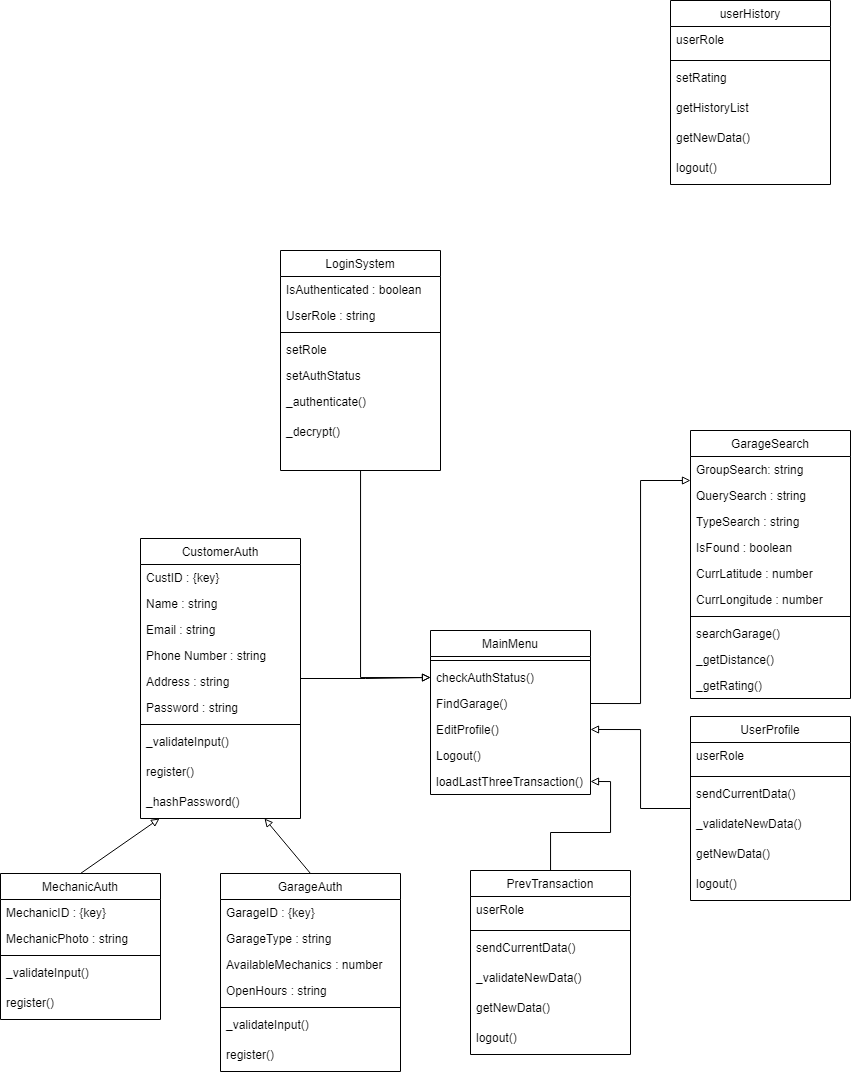
felixfilipi/E-Monteer keeps this draw.io diagram as Systems/ClassDiagram.drawio.png. Above is the earlier version. Source tidied: cells renumbered, new cells last; positions are measured from the earlier drawing's top-left corner, leaving out a move shared by most shapes.
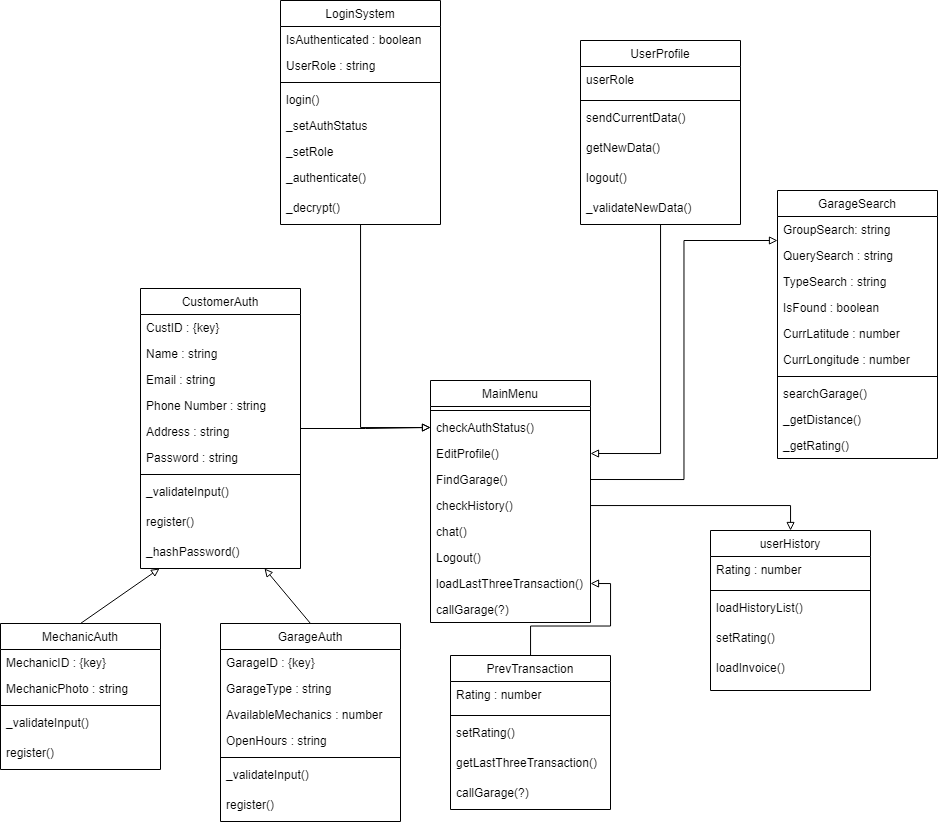
After the commit.

Diff of the diagram source:
```diff
@@ -84,7 +84,7 @@
       <mxGeometry relative="1" as="geometry" />
     </mxCell>
     <mxCell id="29" value="LoginSystem" style="swimlane;fontStyle=0;align=center;verticalAlign=top;horizontal=1;startSize=26;rounded=0;shadow=0;strokeWidth=1;" parent="1" vertex="1">
-      <mxGeometry x="280" y="250" width="160" height="220" as="geometry" />
+      <mxGeometry x="280" y="250" width="160" height="224" as="geometry" />
     </mxCell>
     <mxCell id="30" value="IsAuthenticated : boolean" style="text;align=left;verticalAlign=top;spacingLeft=4;spacingRight=4;overflow=hidden;" parent="29" vertex="1">
       <mxGeometry y="26" width="160" height="26" as="geometry" />
@@ -95,17 +95,20 @@
     <mxCell id="32" style="line;html=1;strokeWidth=1;align=left;verticalAlign=middle;spacingTop=-1;spacingLeft=3;spacingRight=3;labelPosition=right;" parent="29" vertex="1">
       <mxGeometry y="78" width="160" height="8" as="geometry" />
     </mxCell>
+    <mxCell id="81" value="login()" style="text;align=left;verticalAlign=top;spacingLeft=4;spacingRight=4;overflow=hidden;" parent="29" vertex="1">
+      <mxGeometry y="86" width="160" height="26" as="geometry" />
+    </mxCell>
+    <mxCell id="34" value="_setAuthStatus" style="text;align=left;verticalAlign=top;spacingLeft=4;spacingRight=4;overflow=hidden;" parent="29" vertex="1">
+      <mxGeometry y="112" width="160" height="26" as="geometry" />
+    </mxCell>
-    <mxCell id="33" value="setRole" style="text;align=left;verticalAlign=top;spacingLeft=4;spacingRight=4;overflow=hidden;" parent="29" vertex="1">
-      <mxGeometry y="86" width="160" height="26" as="geometry" />
+    <mxCell id="33" value="_setRole" style="text;align=left;verticalAlign=top;spacingLeft=4;spacingRight=4;overflow=hidden;" parent="29" vertex="1">
+      <mxGeometry y="138" width="160" height="26" as="geometry" />
     </mxCell>
-    <mxCell id="34" value="setAuthStatus" style="text;align=left;verticalAlign=top;spacingLeft=4;spacingRight=4;overflow=hidden;" parent="29" vertex="1">
-      <mxGeometry y="112" width="160" height="26" as="geometry" />
-    </mxCell>
     <mxCell id="35" value="_authenticate()" style="text;align=left;verticalAlign=top;spacingLeft=4;spacingRight=4;overflow=hidden;" parent="29" vertex="1">
-      <mxGeometry y="138" width="160" height="30" as="geometry" />
+      <mxGeometry y="164" width="160" height="30" as="geometry" />
     </mxCell>
     <mxCell id="36" value="_decrypt()" style="text;align=left;verticalAlign=top;spacingLeft=4;spacingRight=4;overflow=hidden;" parent="29" vertex="1">
-      <mxGeometry y="168" width="160" height="30" as="geometry" />
+      <mxGeometry y="194" width="160" height="30" as="geometry" />
     </mxCell>
     <mxCell id="37" style="endArrow=block;html=1;rounded=0;exitX=0.5;exitY=0;exitDx=0;exitDy=0;entryX=0.119;entryY=1;entryDx=0;entryDy=0;entryPerimeter=0;endFill=0;" parent="1" edge="1" source="22" target="13">
       <mxGeometry relative="1" as="geometry" />
@@ -114,7 +117,7 @@
       <mxGeometry relative="1" as="geometry" />
     </mxCell>
     <mxCell id="39" value="GarageSearch" style="swimlane;fontStyle=0;align=center;verticalAlign=top;horizontal=1;startSize=26;rounded=0;shadow=0;strokeWidth=1;" parent="1" vertex="1">
-      <mxGeometry x="690" y="430" width="160" height="268" as="geometry" />
+      <mxGeometry x="777" y="440" width="160" height="268" as="geometry" />
     </mxCell>
     <mxCell id="40" value="GroupSearch: string" style="text;align=left;verticalAlign=top;spacingLeft=4;spacingRight=4;overflow=hidden;points=[[0,0.5],[1,0.5]];portConstraint=eastwest;" parent="39" vertex="1">
       <mxGeometry y="26" width="160" height="26" as="geometry" />
@@ -150,7 +153,7 @@
       <mxGeometry relative="1" as="geometry" />
     </mxCell>
     <mxCell id="51" value="UserProfile" style="swimlane;fontStyle=0;align=center;verticalAlign=top;horizontal=1;startSize=26;rounded=0;shadow=0;strokeWidth=1;" parent="1" vertex="1">
-      <mxGeometry x="690" y="716" width="160" height="184" as="geometry" />
+      <mxGeometry x="580" y="290" width="160" height="184" as="geometry" />
     </mxCell>
     <mxCell id="52" value="userRole" style="text;align=left;verticalAlign=top;spacingLeft=4;spacingRight=4;overflow=hidden;" parent="51" vertex="1">
       <mxGeometry y="26" width="160" height="30" as="geometry" />
@@ -161,17 +164,17 @@
     <mxCell id="54" value="sendCurrentData()" style="text;align=left;verticalAlign=top;spacingLeft=4;spacingRight=4;overflow=hidden;" parent="51" vertex="1">
       <mxGeometry y="64" width="160" height="30" as="geometry" />
     </mxCell>
-    <mxCell id="55" value="_validateNewData()" style="text;align=left;verticalAlign=top;spacingLeft=4;spacingRight=4;overflow=hidden;" parent="51" vertex="1">
-      <mxGeometry y="94" width="160" height="30" as="geometry" />
-    </mxCell>
     <mxCell id="56" value="getNewData()" style="text;align=left;verticalAlign=top;spacingLeft=4;spacingRight=4;overflow=hidden;" parent="51" vertex="1">
-      <mxGeometry y="124" width="160" height="30" as="geometry" />
+      <mxGeometry y="94" width="160" height="30" as="geometry" />
     </mxCell>
     <mxCell id="57" value="logout()" style="text;align=left;verticalAlign=top;spacingLeft=4;spacingRight=4;overflow=hidden;" parent="51" vertex="1">
-      <mxGeometry y="154" width="160" height="30" as="geometry" />
+      <mxGeometry y="124" width="160" height="30" as="geometry" />
     </mxCell>
+    <mxCell id="55" value="_validateNewData()" style="text;align=left;verticalAlign=top;spacingLeft=4;spacingRight=4;overflow=hidden;" parent="51" vertex="1">
+      <mxGeometry y="154" width="160" height="30" as="geometry" />
+    </mxCell>
     <mxCell id="58" value="MainMenu" style="swimlane;fontStyle=0;align=center;verticalAlign=top;horizontal=1;startSize=26;rounded=0;shadow=0;strokeWidth=1;" parent="1" vertex="1">
-      <mxGeometry x="430" y="630" width="160" height="164" as="geometry" />
+      <mxGeometry x="430" y="630" width="160" height="242" as="geometry" />
     </mxCell>
     <mxCell id="59" style="line;html=1;strokeWidth=1;align=left;verticalAlign=middle;spacingTop=-1;spacingLeft=3;spacingRight=3;labelPosition=right;" parent="58" vertex="1">
       <mxGeometry y="26" width="160" height="8" as="geometry" />
@@ -179,65 +182,71 @@
     <mxCell id="60" value="checkAuthStatus()" style="text;align=left;verticalAlign=top;spacingLeft=4;spacingRight=4;overflow=hidden;points=[[0,0.5],[1,0.5]];portConstraint=eastwest;" parent="58" vertex="1">
       <mxGeometry y="34" width="160" height="26" as="geometry" />
     </mxCell>
+    <mxCell id="62" value="EditProfile()" style="text;align=left;verticalAlign=top;spacingLeft=4;spacingRight=4;overflow=hidden;points=[[0,0.5],[1,0.5]];portConstraint=eastwest;" parent="58" vertex="1">
+      <mxGeometry y="60" width="160" height="26" as="geometry" />
+    </mxCell>
     <mxCell id="61" value="FindGarage()" style="text;align=left;verticalAlign=top;spacingLeft=4;spacingRight=4;overflow=hidden;points=[[0,0.5],[1,0.5]];portConstraint=eastwest;" parent="58" vertex="1">
-      <mxGeometry y="60" width="160" height="26" as="geometry" />
+      <mxGeometry y="86" width="160" height="26" as="geometry" />
     </mxCell>
-    <mxCell id="62" value="EditProfile()" style="text;align=left;verticalAlign=top;spacingLeft=4;spacingRight=4;overflow=hidden;points=[[0,0.5],[1,0.5]];portConstraint=eastwest;" parent="58" vertex="1">
-      <mxGeometry y="86" width="160" height="26" as="geometry" />
-    </mxCell>
+    <mxCell id="82" value="checkHistory()" style="text;align=left;verticalAlign=top;spacingLeft=4;spacingRight=4;overflow=hidden;points=[[0,0.5],[1,0.5]];portConstraint=eastwest;" parent="58" vertex="1">
+      <mxGeometry y="112" width="160" height="26" as="geometry" />
+    </mxCell>
+    <mxCell id="83" value="chat()" style="text;align=left;verticalAlign=top;spacingLeft=4;spacingRight=4;overflow=hidden;" parent="58" vertex="1">
+      <mxGeometry y="138" width="160" height="26" as="geometry" />
+    </mxCell>
     <mxCell id="63" value="Logout()" style="text;align=left;verticalAlign=top;spacingLeft=4;spacingRight=4;overflow=hidden;" parent="58" vertex="1">
-      <mxGeometry y="112" width="160" height="26" as="geometry" />
+      <mxGeometry y="164" width="160" height="26" as="geometry" />
     </mxCell>
     <mxCell id="64" value="loadLastThreeTransaction()" style="text;align=left;verticalAlign=top;spacingLeft=4;spacingRight=4;overflow=hidden;points=[[0,0.5],[1,0.5]];portConstraint=eastwest;" parent="58" vertex="1">
-      <mxGeometry y="138" width="160" height="26" as="geometry" />
+      <mxGeometry y="190" width="160" height="26" as="geometry" />
     </mxCell>
+    <mxCell id="84" value="callGarage(?)" style="text;align=left;verticalAlign=top;spacingLeft=4;spacingRight=4;overflow=hidden;" parent="58" vertex="1">
+      <mxGeometry y="216" width="160" height="26" as="geometry" />
+    </mxCell>
     <mxCell id="65" style="edgeStyle=orthogonalEdgeStyle;rounded=0;jettySize=auto;html=1;entryX=0;entryY=0.923;entryDx=0;entryDy=0;entryPerimeter=0;endArrow=block;endFill=0;exitX=1;exitY=0.5;exitDx=0;exitDy=0;" parent="1" edge="1" source="61" target="40">
       <mxGeometry relative="1" as="geometry" />
     </mxCell>
     <mxCell id="66" value="userHistory" style="swimlane;fontStyle=0;align=center;verticalAlign=top;horizontal=1;startSize=26;rounded=0;shadow=0;strokeWidth=1;" parent="1" vertex="1">
-      <mxGeometry x="670" width="160" height="184" as="geometry" />
+      <mxGeometry x="710" y="780" width="160" height="160" as="geometry" />
     </mxCell>
-    <mxCell id="67" value="userRole" style="text;align=left;verticalAlign=top;spacingLeft=4;spacingRight=4;overflow=hidden;" parent="66" vertex="1">
-      <mxGeometry y="26" width="160" height="30" as="geometry" />
-    </mxCell>
+    <mxCell id="85" value="Rating : number" style="text;align=left;verticalAlign=top;spacingLeft=4;spacingRight=4;overflow=hidden;" parent="66" vertex="1">
+      <mxGeometry y="26" width="160" height="30" as="geometry" />
+    </mxCell>
     <mxCell id="68" style="line;html=1;strokeWidth=1;align=left;verticalAlign=middle;spacingTop=-1;spacingLeft=3;spacingRight=3;labelPosition=right;" parent="66" vertex="1">
       <mxGeometry y="56" width="160" height="8" as="geometry" />
     </mxCell>
-    <mxCell id="69" value="setRating" style="text;align=left;verticalAlign=top;spacingLeft=4;spacingRight=4;overflow=hidden;" parent="66" vertex="1">
+    <mxCell id="69" value="loadHistoryList()" style="text;align=left;verticalAlign=top;spacingLeft=4;spacingRight=4;overflow=hidden;" parent="66" vertex="1">
       <mxGeometry y="64" width="160" height="30" as="geometry" />
     </mxCell>
-    <mxCell id="70" value="getHistoryList" style="text;align=left;verticalAlign=top;spacingLeft=4;spacingRight=4;overflow=hidden;" parent="66" vertex="1">
-      <mxGeometry y="94" width="160" height="30" as="geometry" />
-    </mxCell>
-    <mxCell id="71" value="getNewData()" style="text;align=left;verticalAlign=top;spacingLeft=4;spacingRight=4;overflow=hidden;" parent="66" vertex="1">
-      <mxGeometry y="124" width="160" height="30" as="geometry" />
-    </mxCell>
-    <mxCell id="72" value="logout()" style="text;align=left;verticalAlign=top;spacingLeft=4;spacingRight=4;overflow=hidden;" parent="66" vertex="1">
-      <mxGeometry y="154" width="160" height="30" as="geometry" />
-    </mxCell>
+    <mxCell id="86" value="setRating()" style="text;align=left;verticalAlign=top;spacingLeft=4;spacingRight=4;overflow=hidden;" parent="66" vertex="1">
+      <mxGeometry y="94" width="160" height="30" as="geometry" />
+    </mxCell>
+    <mxCell id="87" value="loadInvoice()" style="text;align=left;verticalAlign=top;spacingLeft=4;spacingRight=4;overflow=hidden;" parent="66" vertex="1">
+      <mxGeometry y="124" width="160" height="30" as="geometry" />
+    </mxCell>
     <mxCell id="73" style="edgeStyle=orthogonalEdgeStyle;rounded=0;jettySize=auto;html=1;entryX=1;entryY=0.5;entryDx=0;entryDy=0;endArrow=block;endFill=0;" parent="1" edge="1" source="74" target="64">
       <mxGeometry relative="1" as="geometry" />
     </mxCell>
     <mxCell id="74" value="PrevTransaction" style="swimlane;fontStyle=0;align=center;verticalAlign=top;horizontal=1;startSize=26;rounded=0;shadow=0;strokeWidth=1;" parent="1" vertex="1">
-      <mxGeometry x="470" y="870" width="160" height="184" as="geometry" />
+      <mxGeometry x="450" y="905" width="160" height="154" as="geometry" />
     </mxCell>
-    <mxCell id="75" value="userRole" style="text;align=left;verticalAlign=top;spacingLeft=4;spacingRight=4;overflow=hidden;" parent="74" vertex="1">
+    <mxCell id="75" value="Rating : number" style="text;align=left;verticalAlign=top;spacingLeft=4;spacingRight=4;overflow=hidden;" parent="74" vertex="1">
       <mxGeometry y="26" width="160" height="30" as="geometry" />
     </mxCell>
     <mxCell id="76" style="line;html=1;strokeWidth=1;align=left;verticalAlign=middle;spacingTop=-1;spacingLeft=3;spacingRight=3;labelPosition=right;" parent="74" vertex="1">
       <mxGeometry y="56" width="160" height="8" as="geometry" />
     </mxCell>
-    <mxCell id="77" value="sendCurrentData()" style="text;align=left;verticalAlign=top;spacingLeft=4;spacingRight=4;overflow=hidden;" parent="74" vertex="1">
+    <mxCell id="77" value="setRating()" style="text;align=left;verticalAlign=top;spacingLeft=4;spacingRight=4;overflow=hidden;" parent="74" vertex="1">
       <mxGeometry y="64" width="160" height="30" as="geometry" />
     </mxCell>
-    <mxCell id="78" value="_validateNewData()" style="text;align=left;verticalAlign=top;spacingLeft=4;spacingRight=4;overflow=hidden;" parent="74" vertex="1">
+    <mxCell id="78" value="getLastThreeTransaction()" style="text;align=left;verticalAlign=top;spacingLeft=4;spacingRight=4;overflow=hidden;" parent="74" vertex="1">
       <mxGeometry y="94" width="160" height="30" as="geometry" />
     </mxCell>
-    <mxCell id="79" value="getNewData()" style="text;align=left;verticalAlign=top;spacingLeft=4;spacingRight=4;overflow=hidden;" parent="74" vertex="1">
+    <mxCell id="79" value="callGarage(?)" style="text;align=left;verticalAlign=top;spacingLeft=4;spacingRight=4;overflow=hidden;" parent="74" vertex="1">
       <mxGeometry y="124" width="160" height="30" as="geometry" />
     </mxCell>
-    <mxCell id="80" value="logout()" style="text;align=left;verticalAlign=top;spacingLeft=4;spacingRight=4;overflow=hidden;" parent="74" vertex="1">
-      <mxGeometry y="154" width="160" height="30" as="geometry" />
-    </mxCell>
+    <mxCell id="88" style="edgeStyle=orthogonalEdgeStyle;rounded=0;jettySize=auto;html=1;endArrow=block;endFill=0;" parent="1" edge="1" source="82" target="66">
+      <mxGeometry relative="1" as="geometry" />
+    </mxCell>
   </root>
 </mxGraphModel>
```
